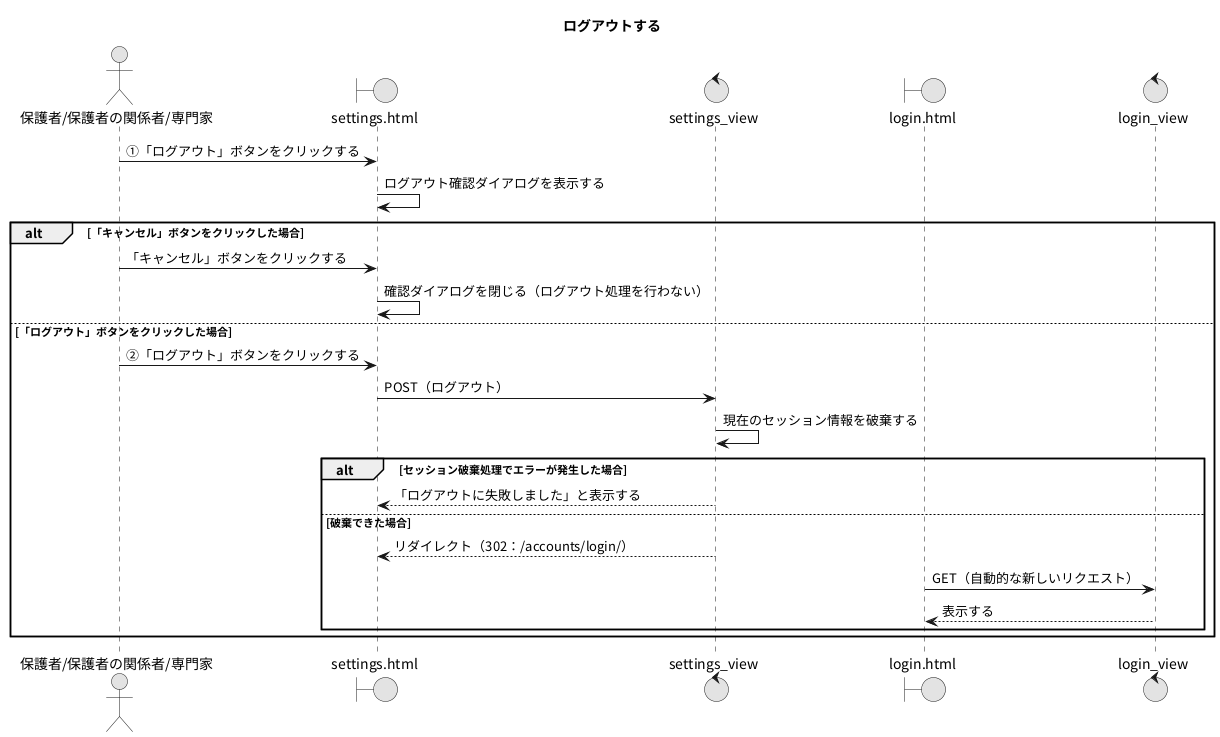
This is PNG/03_ログアウトする.png from Ma2naga190330/26_sotugyou_puml, a PlantUML export, as it was before one commit. Its diagram source:
```plantuml
@startuml
title ログアウトする
skinparam defaultFontName "Noto Sans CJK JP"
skinparam monochrome true

actor "保護者/保護者の関係者/専門家" as A
boundary "settings.html" as SP
control "settings_view" as SV
boundary "login.html" as LP
control "login_view" as LV

A -> SP : ①「ログアウト」ボタンをクリックする
SP -> SP : ログアウト確認ダイアログを表示する

alt 「キャンセル」ボタンをクリックした場合
  A -> SP : 「キャンセル」ボタンをクリックする
  SP -> SP : 確認ダイアログを閉じる（ログアウト処理を行わない）
else 「ログアウト」ボタンをクリックした場合
  A -> SP : ②「ログアウト」ボタンをクリックする
  SP -> SV : POST（ログアウト）
  SV -> SV : 現在のセッション情報を破棄する
  alt セッション破棄処理でエラーが発生した場合
    SV --> SP : 「ログアウトに失敗しました」と表示する
  else 破棄できた場合
    SV --> SP : リダイレクト（302：/accounts/login/）
    LP -> LV : GET（自動的な新しいリクエスト）
    LV --> LP : 表示する
  end
end
@enduml
```
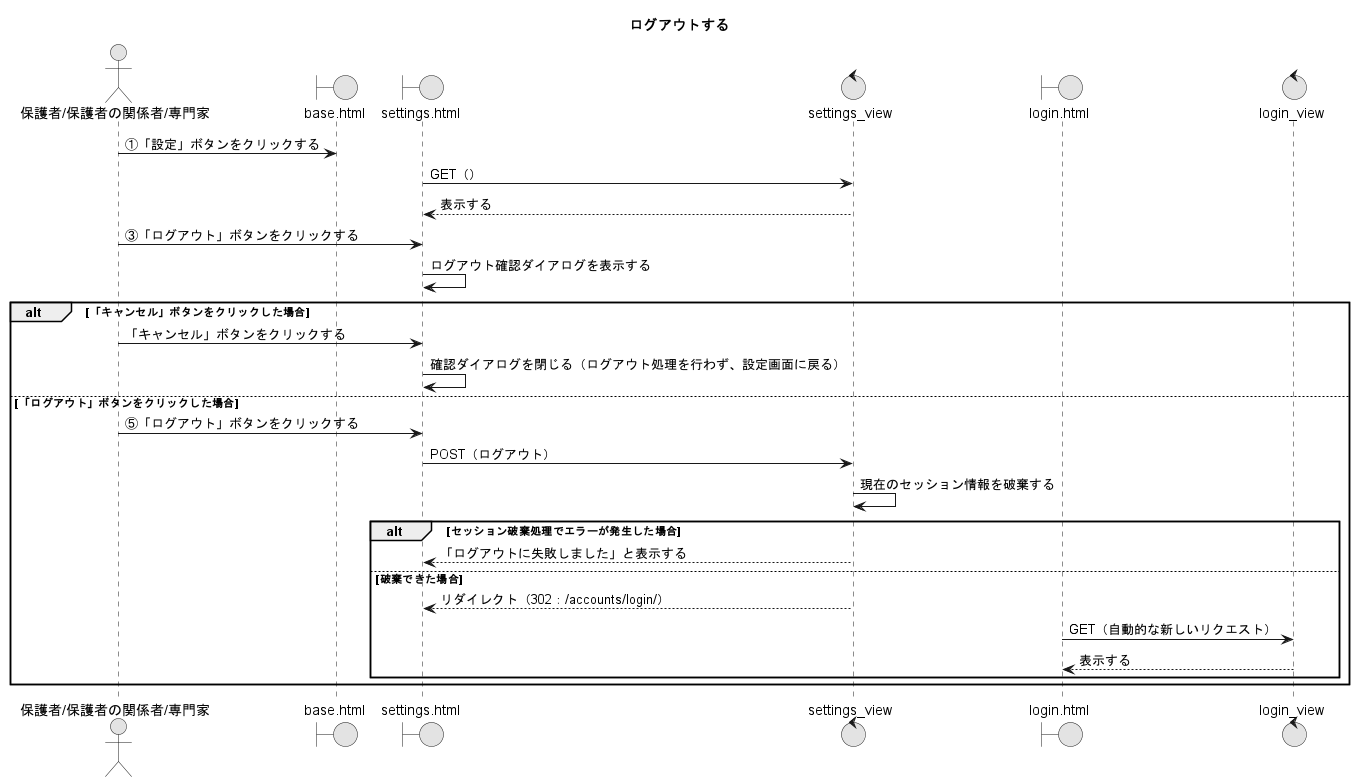
The same file after the commit.

What changed in the source:
```diff
@@ -4,19 +4,24 @@
 skinparam monochrome true
 
 actor "保護者/保護者の関係者/専門家" as A
+boundary "base.html" as BP
 boundary "settings.html" as SP
 control "settings_view" as SV
 boundary "login.html" as LP
 control "login_view" as LV
 
-A -> SP : ①「ログアウト」ボタンをクリックする
+A -> BP : ①「設定」ボタンをクリックする
+SP -> SV : GET（）
+SV --> SP : 表示する
+
+A -> SP : ③「ログアウト」ボタンをクリックする
 SP -> SP : ログアウト確認ダイアログを表示する
 
 alt 「キャンセル」ボタンをクリックした場合
   A -> SP : 「キャンセル」ボタンをクリックする
-  SP -> SP : 確認ダイアログを閉じる（ログアウト処理を行わない）
+  SP -> SP : 確認ダイアログを閉じる（ログアウト処理を行わず、設定画面に戻る）
 else 「ログアウト」ボタンをクリックした場合
-  A -> SP : ②「ログアウト」ボタンをクリックする
+  A -> SP : ⑤「ログアウト」ボタンをクリックする
   SP -> SV : POST（ログアウト）
   SV -> SV : 現在のセッション情報を破棄する
   alt セッション破棄処理でエラーが発生した場合
```
